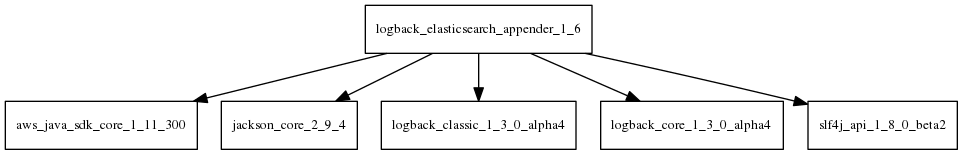
sjvs/cia keeps this Graphviz diagram as tattleTaleReport/graphviz/logback-elasticsearch-appender-1.6.jar/logback-elasticsearch-appender-1.6.jar.png. Above is the earlier version. Its source is kept beside it as tattleTaleReport/graphviz/logback-elasticsearch-appender-1.6.jar/logback-elasticsearch-appender-1.6.jar.dot.
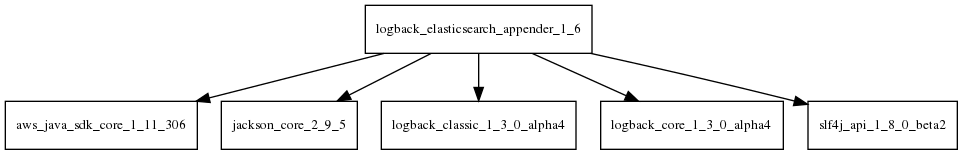
Later version of the same file.

Change to the diagram source:
```diff
@@ -1,7 +1,7 @@
 digraph logback_elasticsearch_appender_1_6_dependencies {
   node [shape = box, fontsize=10.0];
-  logback_elasticsearch_appender_1_6 -> aws_java_sdk_core_1_11_300;
-  logback_elasticsearch_appender_1_6 -> jackson_core_2_9_4;
+  logback_elasticsearch_appender_1_6 -> aws_java_sdk_core_1_11_306;
+  logback_elasticsearch_appender_1_6 -> jackson_core_2_9_5;
   logback_elasticsearch_appender_1_6 -> logback_classic_1_3_0_alpha4;
   logback_elasticsearch_appender_1_6 -> logback_core_1_3_0_alpha4;
   logback_elasticsearch_appender_1_6 -> slf4j_api_1_8_0_beta2;
```
